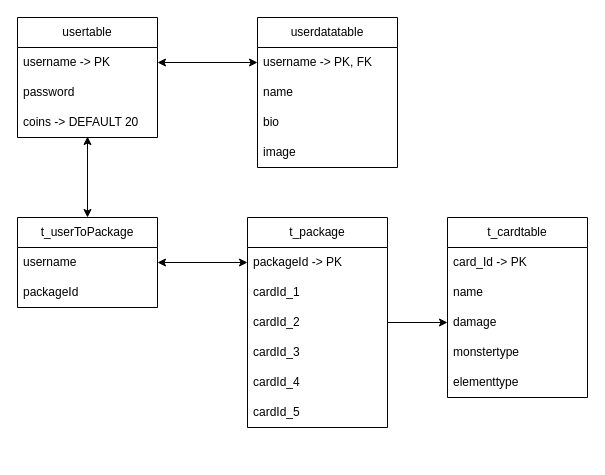
Before: sql/database.drawio in philippchn/WS23_SWEN1_MTCG, a draw.io diagram. Source tidied: cells renumbered, new cells numbered last; positions are measured from the earlier drawing's top-left corner, leaving out a move shared by most shapes. Both pictures are drawn from the tidied source at 100%, with x=0, y=0 at pixel (17, 17).
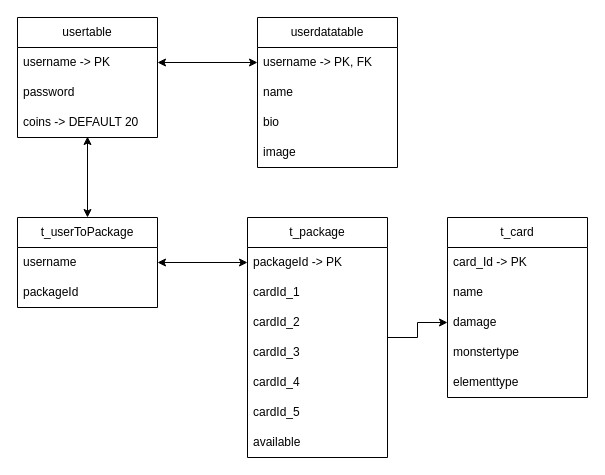
The same page after the edit.

Commit message (it also covers changes not shown here):
Database updated. t_package now has "available" too check wheter it can be bought

Diff of the diagram source:
```diff
@@
-    <mxCell id="12" value="t_cardtable" style="swimlane;fontStyle=0;horizontal=1;startSize=30;whiteSpace=wrap;html=1;" parent="1" vertex="1">
+    <mxCell id="12" value="t_card" style="swimlane;fontStyle=0;horizontal=1;startSize=30;whiteSpace=wrap;html=1;" parent="1" vertex="1">
       <mxGeometry x="430" y="200" width="140" height="180" as="geometry" />
     </mxCell>
@@
     <mxCell id="23" value="t_package" style="swimlane;fontStyle=0;horizontal=1;startSize=30;whiteSpace=wrap;html=1;" parent="1" vertex="1">
-      <mxGeometry x="230" y="200" width="140" height="210" as="geometry" />
+      <mxGeometry x="230" y="200" width="140" height="240" as="geometry" />
     </mxCell>
@@
+    <mxCell id="31" value="available" style="text;strokeColor=none;fillColor=none;align=left;verticalAlign=middle;spacingLeft=4;spacingRight=4;overflow=hidden;whiteSpace=wrap;html=1;" parent="23" vertex="1">
+      <mxGeometry y="210" width="140" height="30" as="geometry" />
+    </mxCell>
```
